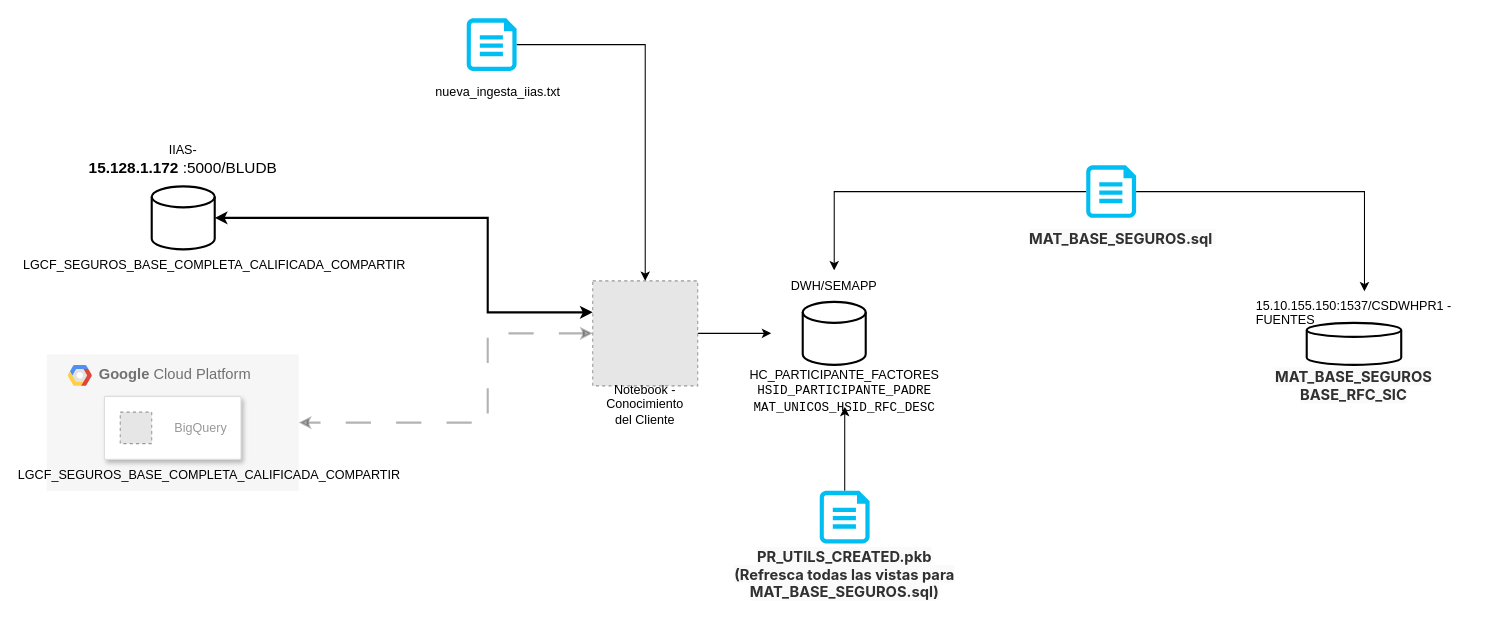
This is Untitled Diagram.drawio from endoeca2/Diagramas, a draw.io file, before an edit. Source tidied: cells renumbered, new cells numbered last; positions are measured from the earlier drawing's top-left corner, leaving out a move shared by most shapes. Both pictures are drawn from the tidied source at 105%, with x=0, y=0 at pixel (46, 18). Pictures stored in the file or linked from it are replaced by grey dashed boxes.
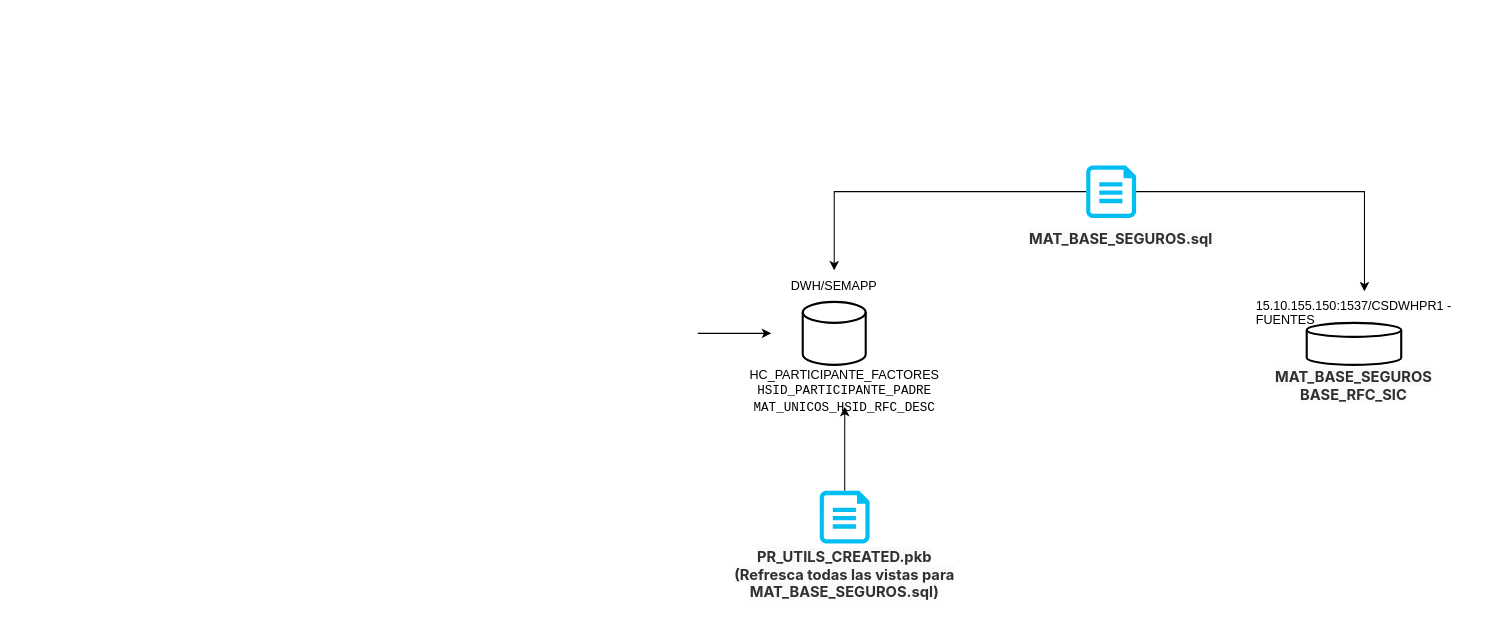
After the change.

Change to the diagram source:
```diff
@@
-    <mxCell id="2" value="&lt;b&gt;Google &lt;/b&gt;Cloud Platform" style="fillColor=#F6F6F6;strokeColor=none;shadow=0;gradientColor=none;fontSize=14;align=left;spacing=10;fontColor=#717171;9E9E9E;verticalAlign=top;spacingTop=-4;fontStyle=0;spacingLeft=40;html=1;" parent="1" vertex="1">
-      <mxGeometry y="320" width="240" height="130" as="geometry" />
-    </mxCell>
-    <mxCell id="3" style="shape=mxgraph.gcp2.google_cloud_platform;fillColor=#F6F6F6;strokeColor=none;shadow=0;gradientColor=none;" parent="2" vertex="1">
-      <mxGeometry width="23" height="20" relative="1" as="geometry">
-        <mxPoint x="20" y="10" as="offset" />
-      </mxGeometry>
-    </mxCell>
-    <mxCell id="4" style="fillColor=#ffffff;strokeColor=#dddddd;shadow=1;strokeWidth=1;rounded=1;absoluteArcSize=1;arcSize=2;" parent="2" vertex="1">
-      <mxGeometry x="55" y="40" width="130" height="60" as="geometry" />
-    </mxCell>
-    <mxCell id="5" value="BigQuery" style="fillColor=#E6E6E6;strokeColor=#999999;dashed=1;html=1;fontColor=#999999;verticalLabelPosition=middle;verticalAlign=middle;labelPosition=right;align=left;spacingLeft=20;" parent="4" vertex="1">
-      <mxGeometry width="30" height="30" relative="1" as="geometry">
-        <mxPoint x="15" y="15" as="offset" />
-      </mxGeometry>
-    </mxCell>
-    <mxCell id="6" value="LGCF_SEGUROS_BASE_COMPLETA_CALIFICADA_COMPARTIR" style="text;html=1;whiteSpace=wrap;strokeColor=none;fillColor=none;align=center;verticalAlign=middle;rounded=0;" parent="2" vertex="1">
-      <mxGeometry x="125" y="100" width="60" height="30" as="geometry" />
-    </mxCell>
-    <mxCell id="7" style="strokeWidth=2;html=1;shape=mxgraph.flowchart.database;whiteSpace=wrap;" parent="1" vertex="1">
-      <mxGeometry x="100" y="160" width="60" height="60" as="geometry" />
-    </mxCell>
-    <mxCell id="8" value="LGCF_SEGUROS_BASE_COMPLETA_CALIFICADA_COMPARTIR" style="text;html=1;whiteSpace=wrap;strokeColor=none;fillColor=none;align=center;verticalAlign=middle;rounded=0;" parent="1" vertex="1">
-      <mxGeometry x="130" y="220" width="60" height="30" as="geometry" />
-    </mxCell>
-    <mxCell id="9" value="IIAS-&lt;span lang=&quot;ES-MX&quot; class=&quot;TextRun SCXW147973772 BCX0&quot; style=&quot;-webkit-user-drag: none; -webkit-tap-highlight-color: transparent; margin: 0px; padding: 0px; user-select: text; background-color: rgb(255, 255, 255); font-size: 11pt; line-height: 18px; font-family: Calibri, Calibri_EmbeddedFont, Calibri_MSFontService, sans-serif; font-weight: bold; font-variant-ligatures: none !important;&quot;&gt;&lt;span class=&quot;NormalTextRun SCXW147973772 BCX0&quot; style=&quot;-webkit-user-drag: none; -webkit-tap-highlight-color: transparent; margin: 0px; padding: 0px; user-select: text;&quot;&gt;15.128.1.172&lt;/span&gt;&lt;/span&gt;&lt;span class=&quot;EOP SCXW147973772 BCX0&quot; style=&quot;-webkit-user-drag: none; -webkit-tap-highlight-color: transparent; margin: 0px; padding: 0px; user-select: text; background-color: rgb(255, 255, 255); font-size: 11pt; line-height: 18px; font-family: Calibri, Calibri_EmbeddedFont, Calibri_MSFontService, sans-serif;&quot;&gt;&amp;nbsp;:5000/BLUDB&lt;/span&gt;" style="text;html=1;whiteSpace=wrap;strokeColor=none;fillColor=none;align=center;verticalAlign=middle;rounded=0;" parent="1" vertex="1">
-      <mxGeometry x="100" y="120" width="60" height="30" as="geometry" />
-    </mxCell>
-    <mxCell id="10" style="edgeStyle=orthogonalEdgeStyle;rounded=0;jettySize=auto;html=1;entryX=1;entryY=0.5;entryDx=0;entryDy=0;strokeWidth=2;dashed=1;dashPattern=12 12;startArrow=classic;startFill=1;opacity=30;" parent="1" edge="1" source="12" target="2">
-      <mxGeometry relative="1" as="geometry">
-        <Array as="points">
-          <mxPoint x="420" y="300" />
-          <mxPoint x="420" y="385" />
-        </Array>
-      </mxGeometry>
-    </mxCell>
-    <mxCell id="11" style="edgeStyle=orthogonalEdgeStyle;rounded=0;jettySize=auto;html=1;" parent="1" edge="1" source="12">
+    <mxCell id="11" style="edgeStyle=orthogonalEdgeStyle;rounded=0;orthogonalLoop=1;jettySize=auto;html=1;" parent="1" edge="1">
       <mxGeometry relative="1" as="geometry">
+        <mxPoint x="620" y="300" as="sourcePoint" />
         <mxPoint x="690" y="300" as="targetPoint" />
       </mxGeometry>
     </mxCell>
-    <mxCell id="12" style="fillColor=#E6E6E6;strokeColor=#999999;dashed=1;verticalLabelPosition=bottom;labelBackgroundColor=default;verticalAlign=top;" parent="1" vertex="1">
-      <mxGeometry x="520" y="250" width="100" height="100" as="geometry" />
-    </mxCell>
-    <mxCell id="13" value="Notebook - Conocimiento del Cliente&lt;div&gt;&lt;br&gt;&lt;/div&gt;" style="text;html=1;whiteSpace=wrap;strokeColor=none;fillColor=none;align=center;verticalAlign=middle;rounded=0;" parent="1" vertex="1">
-      <mxGeometry x="540" y="360" width="60" height="30" as="geometry" />
-    </mxCell>
-    <mxCell id="14" style="edgeStyle=orthogonalEdgeStyle;rounded=0;jettySize=auto;html=1;entryX=1;entryY=0.5;entryDx=0;entryDy=0;entryPerimeter=0;startArrow=classic;startFill=1;strokeWidth=2;" parent="1" edge="1" source="12" target="7">
-      <mxGeometry relative="1" as="geometry">
-        <Array as="points">
-          <mxPoint x="420" y="280" />
-          <mxPoint x="420" y="190" />
-        </Array>
-      </mxGeometry>
-    </mxCell>
@@
-    <mxCell id="20" value="nueva_ingesta_iias.txt" style="text;html=1;whiteSpace=wrap;strokeColor=none;fillColor=none;align=center;verticalAlign=middle;rounded=0;" parent="1" vertex="1">
-      <mxGeometry x="400" y="60" width="60" height="20" as="geometry" />
-    </mxCell>
-    <mxCell id="21" style="edgeStyle=orthogonalEdgeStyle;rounded=0;jettySize=auto;html=1;entryX=0.5;entryY=0;entryDx=0;entryDy=0;" parent="1" edge="1" source="22" target="12">
-      <mxGeometry relative="1" as="geometry" />
-    </mxCell>
-    <mxCell id="22" style="verticalLabelPosition=bottom;html=1;verticalAlign=top;align=center;strokeColor=none;fillColor=#00BEF2;shape=mxgraph.azure.cloud_services_configuration_file;" parent="1" vertex="1">
-      <mxGeometry x="400" width="47.5" height="50" as="geometry" />
-    </mxCell>
```
